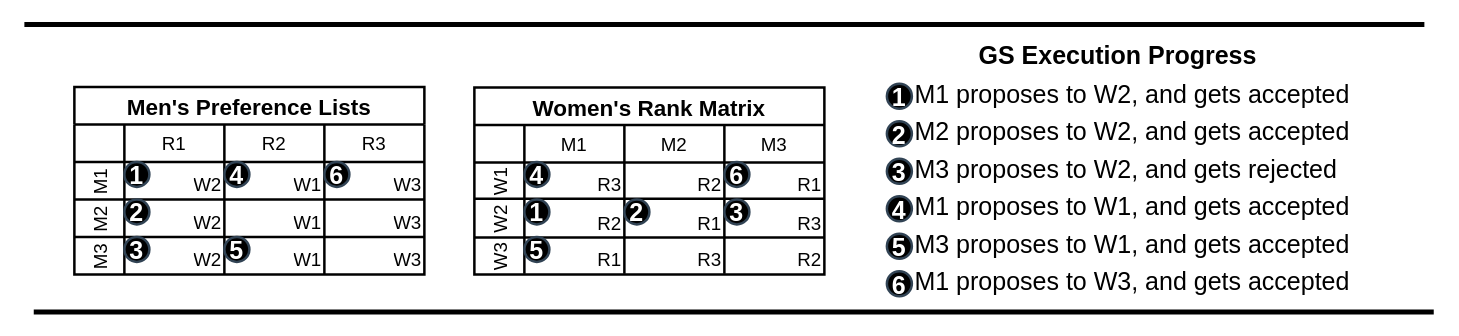
victorliu-sq/BambooSMP-Figures keeps this draw.io diagram as GSExecution.drawio. Above is the earlier version. Source tidied: cells renumbered, new cells numbered last; positions are measured from the earlier drawing's top-left corner, leaving out a move shared by most shapes. Both pictures are drawn from the tidied source at 125%, with x=0, y=0 at pixel (24, 24).
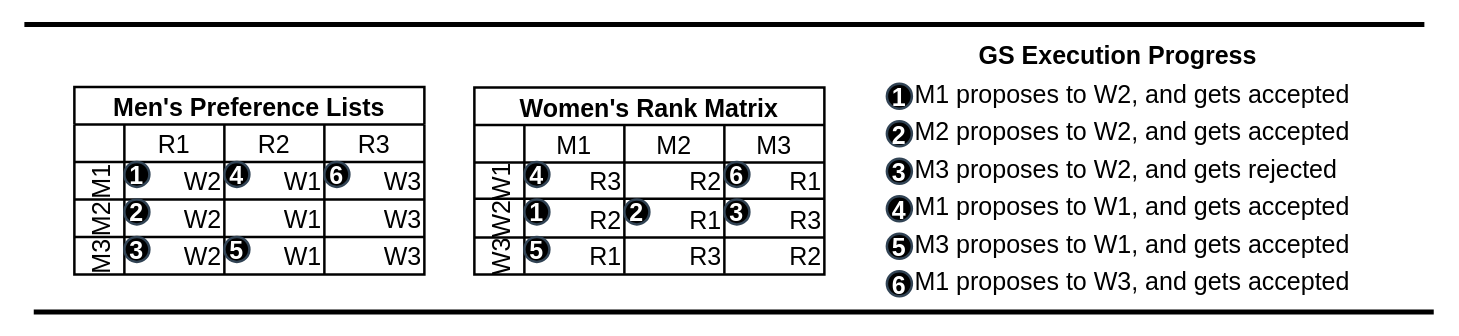
Above is the later version.

Diff of the diagram source:
```diff
@@
-    <mxCell id="2" value="Men's Preference Lists" style="shape=table;startSize=30;childLayout=tableLayout;resizeLastRow=0;fontStyle=1;fontSize=18;strokeWidth=2;" parent="1" vertex="1">
+    <mxCell id="2" value="Men's Preference Lists" style="shape=table;startSize=30;childLayout=tableLayout;resizeLastRow=0;fontStyle=1;fontSize=20;strokeWidth=2;" parent="1" vertex="1">
       <mxGeometry x="40" y="50" width="280" height="150" as="geometry" />
     </mxCell>
-    <mxCell id="3" style="shape=tableRow;horizontal=0;startSize=40;swimlaneHead=0;swimlaneBody=0;strokeColor=inherit;top=0;left=0;bottom=0;right=0;fillColor=none;fontSize=15;strokeWidth=2;" parent="2" vertex="1">
+    <mxCell id="3" style="shape=tableRow;horizontal=0;startSize=40;swimlaneHead=0;swimlaneBody=0;strokeColor=inherit;top=0;left=0;bottom=0;right=0;fillColor=none;fontSize=20;strokeWidth=2;" parent="2" vertex="1">
       <mxGeometry y="30" width="280" height="30" as="geometry" />
     </mxCell>
-    <mxCell id="4" value="R1" style="shape=partialRectangle;html=1;whiteSpace=wrap;strokeColor=inherit;overflow=hidden;fillColor=none;top=0;left=0;bottom=0;right=0;fontSize=15;strokeWidth=2;" parent="3" vertex="1">
+    <mxCell id="4" value="R1" style="shape=partialRectangle;html=1;whiteSpace=wrap;strokeColor=inherit;overflow=hidden;fillColor=none;top=0;left=0;bottom=0;right=0;fontSize=20;strokeWidth=2;" parent="3" vertex="1">
       <mxGeometry x="40" width="80" height="30" as="geometry" />
     </mxCell>
-    <mxCell id="5" value="R2" style="shape=partialRectangle;html=1;whiteSpace=wrap;strokeColor=inherit;overflow=hidden;fillColor=none;top=0;left=0;bottom=0;right=0;fontSize=15;strokeWidth=2;" parent="3" vertex="1">
+    <mxCell id="5" value="R2" style="shape=partialRectangle;html=1;whiteSpace=wrap;strokeColor=inherit;overflow=hidden;fillColor=none;top=0;left=0;bottom=0;right=0;fontSize=20;strokeWidth=2;" parent="3" vertex="1">
       <mxGeometry x="120" width="80" height="30" as="geometry" />
     </mxCell>
-    <mxCell id="6" value="R3" style="shape=partialRectangle;html=1;whiteSpace=wrap;strokeColor=inherit;overflow=hidden;fillColor=none;top=0;left=0;bottom=0;right=0;strokeWidth=2;fontSize=15;" parent="3" vertex="1">
+    <mxCell id="6" value="R3" style="shape=partialRectangle;html=1;whiteSpace=wrap;strokeColor=inherit;overflow=hidden;fillColor=none;top=0;left=0;bottom=0;right=0;strokeWidth=2;fontSize=20;" parent="3" vertex="1">
       <mxGeometry x="200" width="80" height="30" as="geometry" />
     </mxCell>
-    <mxCell id="7" value="M1" style="shape=tableRow;horizontal=0;startSize=40;swimlaneHead=0;swimlaneBody=0;strokeColor=inherit;top=0;left=0;bottom=0;right=0;fillColor=none;fontSize=15;strokeWidth=2;" parent="2" vertex="1">
+    <mxCell id="7" value="M1" style="shape=tableRow;horizontal=0;startSize=40;swimlaneHead=0;swimlaneBody=0;strokeColor=inherit;top=0;left=0;bottom=0;right=0;fillColor=none;fontSize=20;strokeWidth=2;" parent="2" vertex="1">
       <mxGeometry y="60" width="280" height="30" as="geometry" />
     </mxCell>
-    <mxCell id="8" value="W2" style="shape=partialRectangle;html=1;whiteSpace=wrap;overflow=hidden;top=0;left=0;bottom=0;right=0;strokeColor=default;fillColor=none;fontSize=15;strokeWidth=2;verticalAlign=bottom;align=right;" parent="7" vertex="1">
+    <mxCell id="8" value="W2" style="shape=partialRectangle;html=1;whiteSpace=wrap;overflow=hidden;top=0;left=0;bottom=0;right=0;strokeColor=default;fillColor=none;fontSize=20;strokeWidth=2;verticalAlign=bottom;align=right;" parent="7" vertex="1">
       <mxGeometry x="40" width="80" height="30" as="geometry" />
     </mxCell>
-    <mxCell id="9" value="W1" style="shape=partialRectangle;html=1;whiteSpace=wrap;overflow=hidden;top=0;left=0;bottom=0;right=0;fillColor=none;labelBackgroundColor=none;labelBorderColor=none;strokeColor=default;shadow=0;backgroundOutline=0;fontSize=15;strokeWidth=2;verticalAlign=bottom;align=right;" parent="7" vertex="1">
+    <mxCell id="9" value="W1" style="shape=partialRectangle;html=1;whiteSpace=wrap;overflow=hidden;top=0;left=0;bottom=0;right=0;fillColor=none;labelBackgroundColor=none;labelBorderColor=none;strokeColor=default;shadow=0;backgroundOutline=0;fontSize=20;strokeWidth=2;verticalAlign=bottom;align=right;" parent="7" vertex="1">
       <mxGeometry x="120" width="80" height="30" as="geometry" />
     </mxCell>
-    <mxCell id="10" value="W3" style="shape=partialRectangle;html=1;whiteSpace=wrap;overflow=hidden;top=0;left=0;bottom=0;right=0;fillColor=none;fontSize=15;strokeWidth=2;verticalAlign=bottom;align=right;" parent="7" vertex="1">
+    <mxCell id="10" value="W3" style="shape=partialRectangle;html=1;whiteSpace=wrap;overflow=hidden;top=0;left=0;bottom=0;right=0;fillColor=none;fontSize=20;strokeWidth=2;verticalAlign=bottom;align=right;" parent="7" vertex="1">
       <mxGeometry x="200" width="80" height="30" as="geometry" />
     </mxCell>
-    <mxCell id="11" value="M2" style="shape=tableRow;horizontal=0;startSize=40;swimlaneHead=0;swimlaneBody=0;strokeColor=inherit;top=0;left=0;bottom=0;right=0;fillColor=none;fontSize=15;strokeWidth=2;" parent="2" vertex="1">
+    <mxCell id="11" value="M2" style="shape=tableRow;horizontal=0;startSize=40;swimlaneHead=0;swimlaneBody=0;strokeColor=inherit;top=0;left=0;bottom=0;right=0;fillColor=none;fontSize=20;strokeWidth=2;" parent="2" vertex="1">
       <mxGeometry y="90" width="280" height="30" as="geometry" />
     </mxCell>
-    <mxCell id="12" value="W2" style="shape=partialRectangle;html=1;whiteSpace=wrap;overflow=hidden;top=0;left=0;bottom=0;right=0;strokeOpacity=100;fillColor=none;fontSize=15;strokeWidth=2;verticalAlign=bottom;align=right;" parent="11" vertex="1">
+    <mxCell id="12" value="W2" style="shape=partialRectangle;html=1;whiteSpace=wrap;overflow=hidden;top=0;left=0;bottom=0;right=0;strokeOpacity=100;fillColor=none;fontSize=20;strokeWidth=2;verticalAlign=bottom;align=right;" parent="11" vertex="1">
       <mxGeometry x="40" width="80" height="30" as="geometry" />
     </mxCell>
-    <mxCell id="13" value="W1" style="shape=partialRectangle;html=1;whiteSpace=wrap;strokeColor=inherit;overflow=hidden;fillColor=none;top=0;left=0;bottom=0;right=0;fontSize=15;strokeWidth=2;verticalAlign=bottom;align=right;" parent="11" vertex="1">
+    <mxCell id="13" value="W1" style="shape=partialRectangle;html=1;whiteSpace=wrap;strokeColor=inherit;overflow=hidden;fillColor=none;top=0;left=0;bottom=0;right=0;fontSize=20;strokeWidth=2;verticalAlign=bottom;align=right;" parent="11" vertex="1">
       <mxGeometry x="120" width="80" height="30" as="geometry" />
     </mxCell>
-    <mxCell id="14" value="W3" style="shape=partialRectangle;html=1;whiteSpace=wrap;strokeColor=inherit;overflow=hidden;fillColor=none;top=0;left=0;bottom=0;right=0;fontSize=15;strokeWidth=2;verticalAlign=bottom;align=right;" parent="11" vertex="1">
+    <mxCell id="14" value="W3" style="shape=partialRectangle;html=1;whiteSpace=wrap;strokeColor=inherit;overflow=hidden;fillColor=none;top=0;left=0;bottom=0;right=0;fontSize=20;strokeWidth=2;verticalAlign=bottom;align=right;" parent="11" vertex="1">
       <mxGeometry x="200" width="80" height="30" as="geometry" />
     </mxCell>
-    <mxCell id="15" value="M3" style="shape=tableRow;horizontal=0;startSize=40;swimlaneHead=0;swimlaneBody=0;strokeColor=inherit;top=0;left=0;bottom=0;right=0;fillColor=none;fontSize=15;strokeWidth=2;" parent="2" vertex="1">
+    <mxCell id="15" value="M3" style="shape=tableRow;horizontal=0;startSize=40;swimlaneHead=0;swimlaneBody=0;strokeColor=inherit;top=0;left=0;bottom=0;right=0;fillColor=none;fontSize=20;strokeWidth=2;" parent="2" vertex="1">
       <mxGeometry y="120" width="280" height="30" as="geometry" />
     </mxCell>
-    <mxCell id="16" value="W2" style="shape=partialRectangle;html=1;whiteSpace=wrap;overflow=hidden;top=0;left=0;bottom=0;right=0;fillColor=none;fontSize=15;strokeWidth=2;verticalAlign=bottom;align=right;" parent="15" vertex="1">
+    <mxCell id="16" value="W2" style="shape=partialRectangle;html=1;whiteSpace=wrap;overflow=hidden;top=0;left=0;bottom=0;right=0;fillColor=none;fontSize=20;strokeWidth=2;verticalAlign=bottom;align=right;" parent="15" vertex="1">
       <mxGeometry x="40" width="80" height="30" as="geometry" />
     </mxCell>
-    <mxCell id="17" value="W1" style="shape=partialRectangle;html=1;whiteSpace=wrap;overflow=hidden;top=0;left=0;bottom=0;right=0;fillColor=none;fontSize=15;strokeWidth=2;verticalAlign=bottom;align=right;" parent="15" vertex="1">
+    <mxCell id="17" value="W1" style="shape=partialRectangle;html=1;whiteSpace=wrap;overflow=hidden;top=0;left=0;bottom=0;right=0;fillColor=none;fontSize=20;strokeWidth=2;verticalAlign=bottom;align=right;" parent="15" vertex="1">
       <mxGeometry x="120" width="80" height="30" as="geometry" />
     </mxCell>
-    <mxCell id="18" value="W3" style="shape=partialRectangle;html=1;whiteSpace=wrap;strokeColor=inherit;overflow=hidden;fillColor=none;top=0;left=0;bottom=0;right=0;fontSize=15;strokeWidth=2;verticalAlign=bottom;align=right;" parent="15" vertex="1">
+    <mxCell id="18" value="W3" style="shape=partialRectangle;html=1;whiteSpace=wrap;strokeColor=inherit;overflow=hidden;fillColor=none;top=0;left=0;bottom=0;right=0;fontSize=20;strokeWidth=2;verticalAlign=bottom;align=right;" parent="15" vertex="1">
       <mxGeometry x="200" width="80" height="30" as="geometry" />
     </mxCell>
-    <mxCell id="19" value="Women's Rank Matrix" style="shape=table;startSize=30;childLayout=tableLayout;resizeLastRow=0;fontStyle=1;fontSize=18;strokeWidth=2;" parent="1" vertex="1">
+    <mxCell id="19" value="Women's Rank Matrix" style="shape=table;startSize=30;childLayout=tableLayout;resizeLastRow=0;fontStyle=1;fontSize=20;strokeWidth=2;" parent="1" vertex="1">
       <mxGeometry x="360" y="50.5" width="280" height="149.5" as="geometry" />
     </mxCell>
-    <mxCell id="20" style="shape=tableRow;horizontal=0;startSize=40;swimlaneHead=0;swimlaneBody=0;strokeColor=inherit;top=0;left=0;bottom=0;right=0;fillColor=none;fontSize=15;strokeWidth=2;" parent="19" vertex="1">
+    <mxCell id="20" style="shape=tableRow;horizontal=0;startSize=40;swimlaneHead=0;swimlaneBody=0;strokeColor=inherit;top=0;left=0;bottom=0;right=0;fillColor=none;fontSize=20;strokeWidth=2;" parent="19" vertex="1">
       <mxGeometry y="30" width="280" height="30" as="geometry" />
     </mxCell>
-    <mxCell id="21" value="M1" style="shape=partialRectangle;html=1;whiteSpace=wrap;strokeColor=inherit;overflow=hidden;fillColor=none;top=0;left=0;bottom=0;right=0;fontSize=15;strokeWidth=2;" parent="20" vertex="1">
+    <mxCell id="21" value="M1" style="shape=partialRectangle;html=1;whiteSpace=wrap;strokeColor=inherit;overflow=hidden;fillColor=none;top=0;left=0;bottom=0;right=0;fontSize=20;strokeWidth=2;" parent="20" vertex="1">
       <mxGeometry x="40" width="80" height="30" as="geometry" />
     </mxCell>
-    <mxCell id="22" value="M2" style="shape=partialRectangle;html=1;whiteSpace=wrap;strokeColor=inherit;overflow=hidden;fillColor=none;top=0;left=0;bottom=0;right=0;fontSize=15;strokeWidth=2;" parent="20" vertex="1">
+    <mxCell id="22" value="M2" style="shape=partialRectangle;html=1;whiteSpace=wrap;strokeColor=inherit;overflow=hidden;fillColor=none;top=0;left=0;bottom=0;right=0;fontSize=20;strokeWidth=2;" parent="20" vertex="1">
       <mxGeometry x="120" width="80" height="30" as="geometry" />
     </mxCell>
-    <mxCell id="23" value="M3" style="shape=partialRectangle;html=1;whiteSpace=wrap;strokeColor=inherit;overflow=hidden;fillColor=none;top=0;left=0;bottom=0;right=0;strokeWidth=2;fontSize=15;" parent="20" vertex="1">
+    <mxCell id="23" value="M3" style="shape=partialRectangle;html=1;whiteSpace=wrap;strokeColor=inherit;overflow=hidden;fillColor=none;top=0;left=0;bottom=0;right=0;strokeWidth=2;fontSize=20;" parent="20" vertex="1">
       <mxGeometry x="200" width="80" height="30" as="geometry" />
     </mxCell>
-    <mxCell id="24" value="W1" style="shape=tableRow;horizontal=0;startSize=40;swimlaneHead=0;swimlaneBody=0;strokeColor=inherit;top=0;left=0;bottom=0;right=0;fillColor=none;fontSize=15;strokeWidth=2;" parent="19" vertex="1">
+    <mxCell id="24" value="W1" style="shape=tableRow;horizontal=0;startSize=40;swimlaneHead=0;swimlaneBody=0;strokeColor=inherit;top=0;left=0;bottom=0;right=0;fillColor=none;fontSize=20;strokeWidth=2;" parent="19" vertex="1">
       <mxGeometry y="60" width="280" height="29" as="geometry" />
     </mxCell>
-    <mxCell id="25" value="R3" style="shape=partialRectangle;html=1;whiteSpace=wrap;strokeColor=inherit;overflow=hidden;fillColor=none;top=0;left=0;bottom=0;right=0;fontSize=15;strokeWidth=2;verticalAlign=bottom;align=right;" parent="24" vertex="1">
+    <mxCell id="25" value="R3" style="shape=partialRectangle;html=1;whiteSpace=wrap;strokeColor=inherit;overflow=hidden;fillColor=none;top=0;left=0;bottom=0;right=0;fontSize=20;strokeWidth=2;verticalAlign=bottom;align=right;" parent="24" vertex="1">
       <mxGeometry x="40" width="80" height="29" as="geometry" />
     </mxCell>
-    <mxCell id="26" value="R2" style="shape=partialRectangle;html=1;whiteSpace=wrap;strokeColor=inherit;overflow=hidden;fillColor=none;top=0;left=0;bottom=0;right=0;fontSize=15;strokeWidth=2;verticalAlign=bottom;align=right;" parent="24" vertex="1">
+    <mxCell id="26" value="R2" style="shape=partialRectangle;html=1;whiteSpace=wrap;strokeColor=inherit;overflow=hidden;fillColor=none;top=0;left=0;bottom=0;right=0;fontSize=20;strokeWidth=2;verticalAlign=bottom;align=right;" parent="24" vertex="1">
       <mxGeometry x="120" width="80" height="29" as="geometry" />
     </mxCell>
-    <mxCell id="27" value="R1" style="shape=partialRectangle;html=1;whiteSpace=wrap;strokeColor=inherit;overflow=hidden;fillColor=none;top=0;left=0;bottom=0;right=0;fontSize=15;strokeWidth=2;verticalAlign=bottom;align=right;" parent="24" vertex="1">
+    <mxCell id="27" value="R1" style="shape=partialRectangle;html=1;whiteSpace=wrap;strokeColor=inherit;overflow=hidden;fillColor=none;top=0;left=0;bottom=0;right=0;fontSize=20;strokeWidth=2;verticalAlign=bottom;align=right;" parent="24" vertex="1">
       <mxGeometry x="200" width="80" height="29" as="geometry" />
     </mxCell>
-    <mxCell id="28" value="W2" style="shape=tableRow;horizontal=0;startSize=40;swimlaneHead=0;swimlaneBody=0;strokeColor=inherit;top=0;left=0;bottom=0;right=0;fillColor=none;fontSize=15;strokeWidth=2;" parent="19" vertex="1">
+    <mxCell id="28" value="W2" style="shape=tableRow;horizontal=0;startSize=40;swimlaneHead=0;swimlaneBody=0;strokeColor=inherit;top=0;left=0;bottom=0;right=0;fillColor=none;fontSize=20;strokeWidth=2;" parent="19" vertex="1">
       <mxGeometry y="89" width="280" height="31" as="geometry" />
     </mxCell>
-    <mxCell id="29" value="R2" style="shape=partialRectangle;html=1;whiteSpace=wrap;strokeColor=inherit;overflow=hidden;fillColor=none;top=0;left=0;bottom=0;right=0;fontSize=15;strokeWidth=2;verticalAlign=bottom;align=right;" parent="28" vertex="1">
+    <mxCell id="29" value="R2" style="shape=partialRectangle;html=1;whiteSpace=wrap;strokeColor=inherit;overflow=hidden;fillColor=none;top=0;left=0;bottom=0;right=0;fontSize=20;strokeWidth=2;verticalAlign=bottom;align=right;" parent="28" vertex="1">
       <mxGeometry x="40" width="80" height="31" as="geometry" />
     </mxCell>
-    <mxCell id="30" value="R1" style="shape=partialRectangle;html=1;whiteSpace=wrap;strokeColor=inherit;overflow=hidden;fillColor=none;top=0;left=0;bottom=0;right=0;fontSize=15;strokeWidth=2;verticalAlign=bottom;align=right;" parent="28" vertex="1">
+    <mxCell id="30" value="R1" style="shape=partialRectangle;html=1;whiteSpace=wrap;strokeColor=inherit;overflow=hidden;fillColor=none;top=0;left=0;bottom=0;right=0;fontSize=20;strokeWidth=2;verticalAlign=bottom;align=right;" parent="28" vertex="1">
       <mxGeometry x="120" width="80" height="31" as="geometry" />
     </mxCell>
-    <mxCell id="31" value="R3" style="shape=partialRectangle;html=1;whiteSpace=wrap;strokeColor=inherit;overflow=hidden;fillColor=none;top=0;left=0;bottom=0;right=0;fontSize=15;strokeWidth=2;verticalAlign=bottom;align=right;" parent="28" vertex="1">
+    <mxCell id="31" value="R3" style="shape=partialRectangle;html=1;whiteSpace=wrap;strokeColor=inherit;overflow=hidden;fillColor=none;top=0;left=0;bottom=0;right=0;fontSize=20;strokeWidth=2;verticalAlign=bottom;align=right;" parent="28" vertex="1">
       <mxGeometry x="200" width="80" height="31" as="geometry" />
     </mxCell>
-    <mxCell id="32" value="W3" style="shape=tableRow;horizontal=0;startSize=40;swimlaneHead=0;swimlaneBody=0;strokeColor=inherit;top=0;left=0;bottom=0;right=0;fillColor=none;fontSize=15;strokeWidth=2;" parent="19" vertex="1">
+    <mxCell id="32" value="W3" style="shape=tableRow;horizontal=0;startSize=40;swimlaneHead=0;swimlaneBody=0;strokeColor=inherit;top=0;left=0;bottom=0;right=0;fillColor=none;fontSize=20;strokeWidth=2;" parent="19" vertex="1">
       <mxGeometry y="120" width="280" height="29" as="geometry" />
     </mxCell>
-    <mxCell id="33" value="R1" style="shape=partialRectangle;html=1;whiteSpace=wrap;strokeColor=inherit;overflow=hidden;fillColor=none;top=0;left=0;bottom=0;right=0;fontSize=15;strokeWidth=2;verticalAlign=bottom;align=right;" parent="32" vertex="1">
+    <mxCell id="33" value="R1" style="shape=partialRectangle;html=1;whiteSpace=wrap;strokeColor=inherit;overflow=hidden;fillColor=none;top=0;left=0;bottom=0;right=0;fontSize=20;strokeWidth=2;verticalAlign=bottom;align=right;" parent="32" vertex="1">
       <mxGeometry x="40" width="80" height="29" as="geometry" />
     </mxCell>
-    <mxCell id="34" value="R3" style="shape=partialRectangle;html=1;whiteSpace=wrap;strokeColor=inherit;overflow=hidden;fillColor=none;top=0;left=0;bottom=0;right=0;fontSize=15;strokeWidth=2;verticalAlign=bottom;align=right;" parent="32" vertex="1">
+    <mxCell id="34" value="R3" style="shape=partialRectangle;html=1;whiteSpace=wrap;strokeColor=inherit;overflow=hidden;fillColor=none;top=0;left=0;bottom=0;right=0;fontSize=20;strokeWidth=2;verticalAlign=bottom;align=right;" parent="32" vertex="1">
       <mxGeometry x="120" width="80" height="29" as="geometry" />
     </mxCell>
-    <mxCell id="35" value="R2" style="shape=partialRectangle;html=1;whiteSpace=wrap;strokeColor=inherit;overflow=hidden;fillColor=none;top=0;left=0;bottom=0;right=0;fontSize=15;strokeWidth=2;verticalAlign=bottom;align=right;" parent="32" vertex="1">
+    <mxCell id="35" value="R2" style="shape=partialRectangle;html=1;whiteSpace=wrap;strokeColor=inherit;overflow=hidden;fillColor=none;top=0;left=0;bottom=0;right=0;fontSize=20;strokeWidth=2;verticalAlign=bottom;align=right;" parent="32" vertex="1">
       <mxGeometry x="200" width="80" height="29" as="geometry" />
     </mxCell>
```
